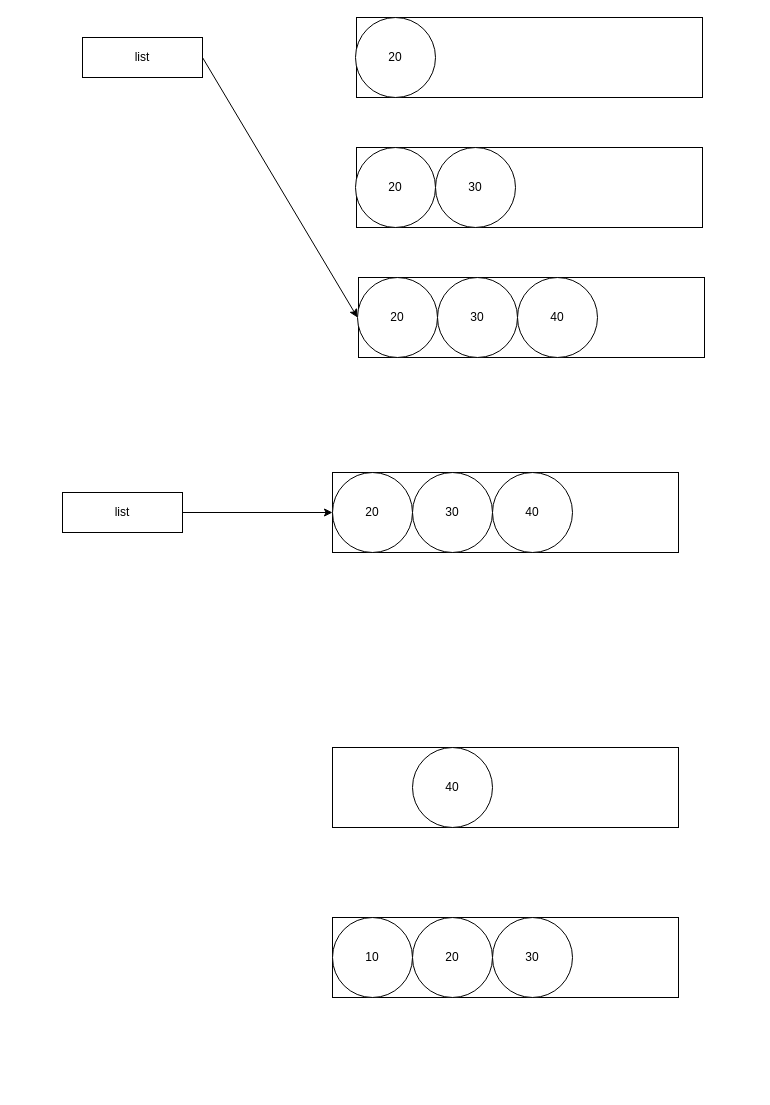
Above: page "Page-10" (9 of 10) of assets/whiteboard-PG.drawio in isel-leic-pg/2021i-li12d (draw.io), before the change. Source tidied: cells renumbered, new cells numbered last; positions are measured from the earlier drawing's top-left corner, leaving out a move shared by most shapes. Both pictures are drawn from the tidied source at 100%, with x=0, y=0 at pixel (62, 17).
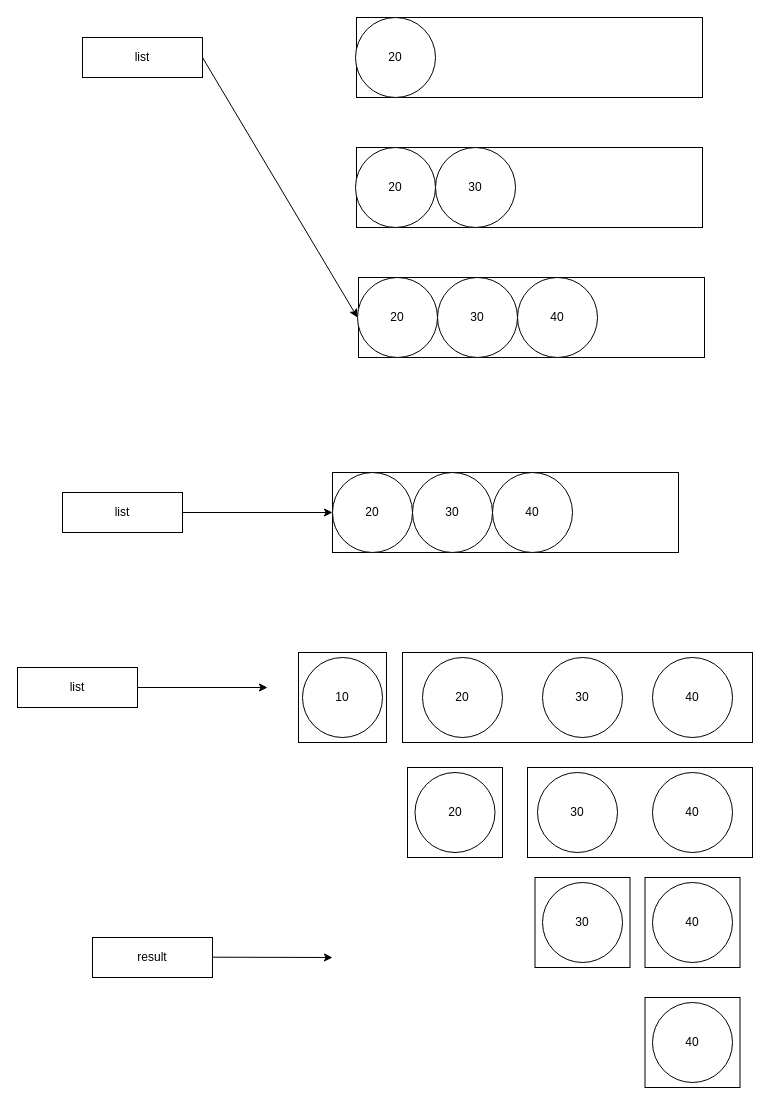
The same page after the edit.

Change to the diagram source:
```diff
@@
+    <mxCell id="25" style="rounded=0;whiteSpace=wrap;html=1;" parent="1" vertex="1">
+      <mxGeometry x="340" y="635" width="350" height="90" as="geometry" />
+    </mxCell>
+    <mxCell id="21" style="rounded=0;whiteSpace=wrap;html=1;" parent="1" vertex="1">
+      <mxGeometry x="236" y="635" width="88" height="90" as="geometry" />
+    </mxCell>
@@
-    <mxCell id="19" style="rounded=0;whiteSpace=wrap;html=1;" parent="1" vertex="1">
-      <mxGeometry x="270" y="730" width="346" height="80" as="geometry" />
-    </mxCell>
     <mxCell id="20" value="40" style="ellipse;whiteSpace=wrap;html=1;" parent="1" vertex="1">
-      <mxGeometry x="350" y="730" width="80" height="80" as="geometry" />
+      <mxGeometry x="590" y="640" width="80" height="80" as="geometry" />
     </mxCell>
-    <mxCell id="21" style="rounded=0;whiteSpace=wrap;html=1;" parent="1" vertex="1">
-      <mxGeometry x="270" y="900" width="346" height="80" as="geometry" />
-    </mxCell>
     <mxCell id="22" value="10" style="ellipse;whiteSpace=wrap;html=1;" parent="1" vertex="1">
-      <mxGeometry x="270" y="900" width="80" height="80" as="geometry" />
+      <mxGeometry x="240" y="640" width="80" height="80" as="geometry" />
     </mxCell>
     <mxCell id="23" value="20" style="ellipse;whiteSpace=wrap;html=1;" parent="1" vertex="1">
-      <mxGeometry x="350" y="900" width="80" height="80" as="geometry" />
+      <mxGeometry x="360" y="640" width="80" height="80" as="geometry" />
     </mxCell>
     <mxCell id="24" value="30" style="ellipse;whiteSpace=wrap;html=1;" parent="1" vertex="1">
-      <mxGeometry x="430" y="900" width="80" height="80" as="geometry" />
+      <mxGeometry x="480" y="640" width="80" height="80" as="geometry" />
     </mxCell>
+    <mxCell id="26" value="list" style="rounded=0;whiteSpace=wrap;html=1;" parent="1" vertex="1">
+      <mxGeometry x="-45" y="650" width="120" height="40" as="geometry" />
+    </mxCell>
+    <mxCell id="27" style="endArrow=classic;html=1;exitX=1;exitY=0.5;exitDx=0;exitDy=0;" parent="1" edge="1" source="26">
+      <mxGeometry relative="1" as="geometry">
+        <mxPoint x="205" y="670" as="targetPoint" />
+      </mxGeometry>
+    </mxCell>
+    <mxCell id="28" value="result" style="rounded=0;whiteSpace=wrap;html=1;" parent="1" vertex="1">
+      <mxGeometry x="30" y="920" width="120" height="40" as="geometry" />
+    </mxCell>
+    <mxCell id="29" style="endArrow=classic;html=1;exitX=1;exitY=0.5;exitDx=0;exitDy=0;" parent="1" edge="1">
+      <mxGeometry relative="1" as="geometry">
+        <mxPoint x="150" y="939.7" as="sourcePoint" />
+        <mxPoint x="270" y="940" as="targetPoint" />
+      </mxGeometry>
+    </mxCell>
+    <mxCell id="30" style="rounded=0;whiteSpace=wrap;html=1;" parent="1" vertex="1">
+      <mxGeometry x="345" y="750" width="95" height="90" as="geometry" />
+    </mxCell>
+    <mxCell id="31" style="rounded=0;whiteSpace=wrap;html=1;" parent="1" vertex="1">
+      <mxGeometry x="465" y="750" width="225" height="90" as="geometry" />
+    </mxCell>
+    <mxCell id="32" value="20" style="ellipse;whiteSpace=wrap;html=1;" parent="1" vertex="1">
+      <mxGeometry x="352.5" y="755" width="80" height="80" as="geometry" />
+    </mxCell>
+    <mxCell id="33" value="30" style="ellipse;whiteSpace=wrap;html=1;" parent="1" vertex="1">
+      <mxGeometry x="475" y="755" width="80" height="80" as="geometry" />
+    </mxCell>
+    <mxCell id="34" value="40" style="ellipse;whiteSpace=wrap;html=1;" parent="1" vertex="1">
+      <mxGeometry x="590" y="755" width="80" height="80" as="geometry" />
+    </mxCell>
+    <mxCell id="35" style="rounded=0;whiteSpace=wrap;html=1;" parent="1" vertex="1">
+      <mxGeometry x="472.5" y="860" width="95" height="90" as="geometry" />
+    </mxCell>
+    <mxCell id="36" value="30" style="ellipse;whiteSpace=wrap;html=1;" parent="1" vertex="1">
+      <mxGeometry x="480" y="865" width="80" height="80" as="geometry" />
+    </mxCell>
+    <mxCell id="37" style="rounded=0;whiteSpace=wrap;html=1;" parent="1" vertex="1">
+      <mxGeometry x="582.5" y="860" width="95" height="90" as="geometry" />
+    </mxCell>
+    <mxCell id="38" value="40" style="ellipse;whiteSpace=wrap;html=1;" parent="1" vertex="1">
+      <mxGeometry x="590" y="865" width="80" height="80" as="geometry" />
+    </mxCell>
+    <mxCell id="39" style="rounded=0;whiteSpace=wrap;html=1;" parent="1" vertex="1">
+      <mxGeometry x="582.5" y="980" width="95" height="90" as="geometry" />
+    </mxCell>
+    <mxCell id="40" value="40" style="ellipse;whiteSpace=wrap;html=1;" parent="1" vertex="1">
+      <mxGeometry x="590" y="985" width="80" height="80" as="geometry" />
+    </mxCell>
```
